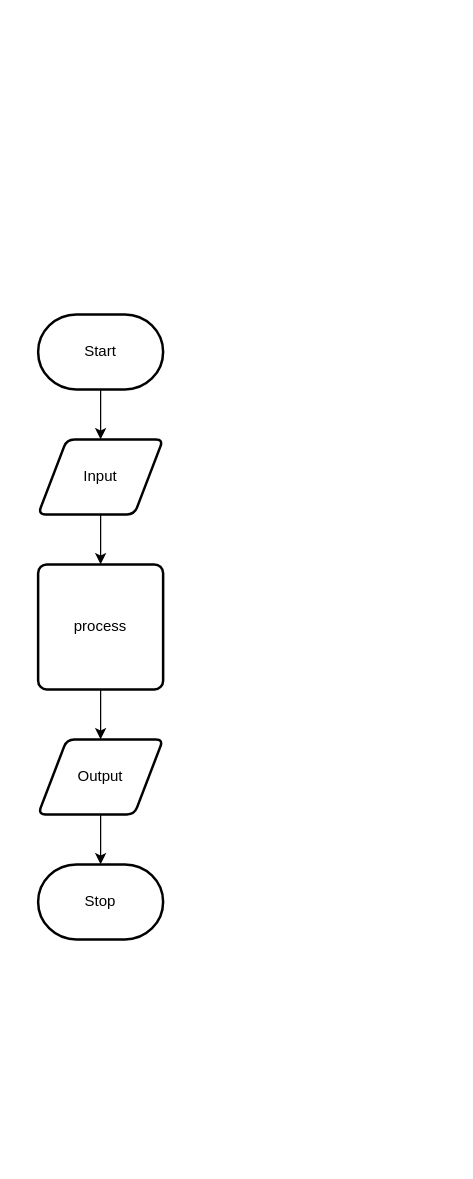
This is design/flow-chart.drawio from ekaterina-chernykh/ICS20-Unit-5-06, a draw.io file, before an edit. Source tidied: cells renumbered, new cells numbered last; positions are measured from the earlier drawing's top-left corner, leaving out a move shared by most shapes. Both pictures are drawn from the tidied source at 125%, with x=0, y=0 at pixel (38, 314).
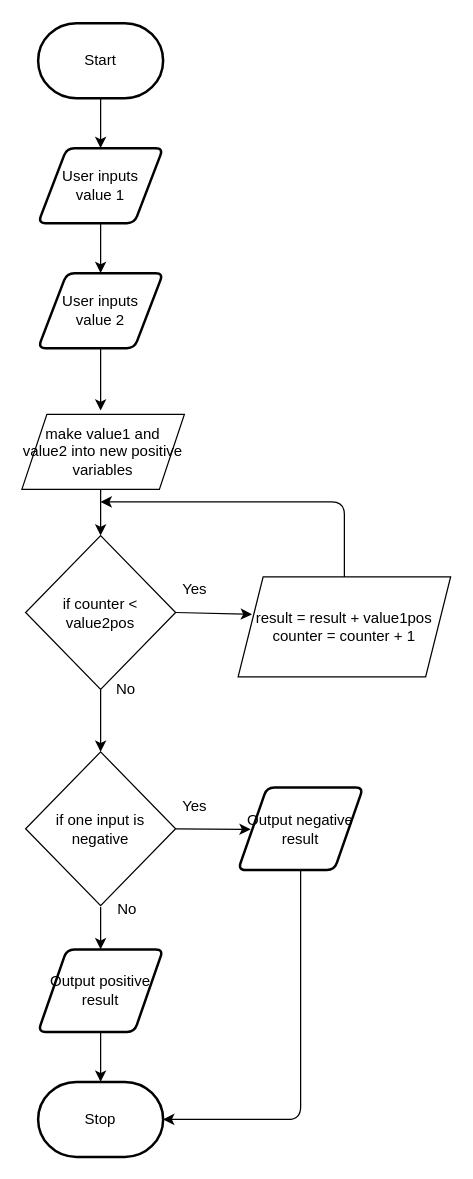
The same diagram, later.

Commit message (it also covers changes not shown here):
flow chart and story board

Diff of the diagram source:
```diff
@@
     <mxCell id="3" value="Start" style="strokeWidth=2;html=1;shape=mxgraph.flowchart.terminator;whiteSpace=wrap;" parent="1" vertex="1">
-      <mxGeometry width="100" height="60" as="geometry" />
+      <mxGeometry y="-233" width="100" height="60" as="geometry" />
     </mxCell>
-    <mxCell id="4" style="edgeStyle=none;html=1;" parent="1" edge="1" source="5" target="7">
-      <mxGeometry relative="1" as="geometry" />
+    <mxCell id="4" style="edgeStyle=none;html=1;" parent="1" edge="1" source="5">
+      <mxGeometry relative="1" as="geometry">
+        <mxPoint x="50" y="-33" as="targetPoint" />
+      </mxGeometry>
     </mxCell>
-    <mxCell id="5" value="Input" style="shape=parallelogram;html=1;strokeWidth=2;perimeter=parallelogramPerimeter;whiteSpace=wrap;rounded=1;arcSize=12;size=0.23;" parent="1" vertex="1">
-      <mxGeometry y="100" width="100" height="60" as="geometry" />
+    <mxCell id="5" value="User inputs &lt;br&gt;value 1" style="shape=parallelogram;html=1;strokeWidth=2;perimeter=parallelogramPerimeter;whiteSpace=wrap;rounded=1;arcSize=12;size=0.23;" parent="1" vertex="1">
+      <mxGeometry y="-133" width="100" height="60" as="geometry" />
     </mxCell>
-    <mxCell id="6" style="edgeStyle=none;html=1;" parent="1" edge="1" source="7" target="9">
-      <mxGeometry relative="1" as="geometry" />
+    <mxCell id="6" style="edgeStyle=none;html=1;" parent="1" edge="1" target="9">
+      <mxGeometry relative="1" as="geometry">
+        <mxPoint x="50" y="474" as="sourcePoint" />
+      </mxGeometry>
     </mxCell>
-    <mxCell id="7" value="process" style="rounded=1;whiteSpace=wrap;html=1;absoluteArcSize=1;arcSize=14;strokeWidth=2;" parent="1" vertex="1">
-      <mxGeometry y="200" width="100" height="100" as="geometry" />
-    </mxCell>
@@
-    <mxCell id="9" value="Output" style="shape=parallelogram;html=1;strokeWidth=2;perimeter=parallelogramPerimeter;whiteSpace=wrap;rounded=1;arcSize=12;size=0.23;" parent="1" vertex="1">
-      <mxGeometry y="340" width="100" height="60" as="geometry" />
+    <mxCell id="9" value="Output positive result" style="shape=parallelogram;html=1;strokeWidth=2;perimeter=parallelogramPerimeter;whiteSpace=wrap;rounded=1;arcSize=12;size=0.23;" parent="1" vertex="1">
+      <mxGeometry y="508" width="100" height="66" as="geometry" />
     </mxCell>
     <mxCell id="10" value="Stop" style="strokeWidth=2;html=1;shape=mxgraph.flowchart.terminator;whiteSpace=wrap;" parent="1" vertex="1">
-      <mxGeometry y="440" width="100" height="60" as="geometry" />
+      <mxGeometry y="614" width="100" height="60" as="geometry" />
     </mxCell>
+    <mxCell id="11" style="edgeStyle=none;html=1;exitX=0.5;exitY=1;exitDx=0;exitDy=0;" parent="1" edge="1" source="12">
+      <mxGeometry relative="1" as="geometry">
+        <mxPoint x="50" y="77" as="targetPoint" />
+      </mxGeometry>
+    </mxCell>
+    <mxCell id="12" value="User inputs &lt;br&gt;value 2" style="shape=parallelogram;html=1;strokeWidth=2;perimeter=parallelogramPerimeter;whiteSpace=wrap;rounded=1;arcSize=12;size=0.23;" parent="1" vertex="1">
+      <mxGeometry y="-33" width="100" height="60" as="geometry" />
+    </mxCell>
+    <mxCell id="13" style="edgeStyle=none;html=1;exitX=0.5;exitY=1;exitDx=0;exitDy=0;entryX=0.5;entryY=0;entryDx=0;entryDy=0;" parent="1" edge="1" target="16">
+      <mxGeometry relative="1" as="geometry">
+        <mxPoint x="50" y="137" as="sourcePoint" />
+      </mxGeometry>
+    </mxCell>
+    <mxCell id="14" style="edgeStyle=none;html=1;exitX=1;exitY=0.5;exitDx=0;exitDy=0;entryX=0.065;entryY=0.375;entryDx=0;entryDy=0;entryPerimeter=0;" parent="1" edge="1" source="16" target="18">
+      <mxGeometry relative="1" as="geometry" />
+    </mxCell>
+    <mxCell id="15" style="edgeStyle=none;html=1;exitX=0.5;exitY=1;exitDx=0;exitDy=0;" parent="1" edge="1" source="16">
+      <mxGeometry relative="1" as="geometry">
+        <mxPoint x="50" y="350" as="targetPoint" />
+      </mxGeometry>
+    </mxCell>
+    <mxCell id="16" value="if counter &amp;lt; &lt;br&gt;value2pos" style="rhombus;whiteSpace=wrap;html=1;" parent="1" vertex="1">
+      <mxGeometry x="-10" y="177" width="120" height="123" as="geometry" />
+    </mxCell>
+    <mxCell id="17" style="edgeStyle=none;html=1;exitX=0.5;exitY=0;exitDx=0;exitDy=0;" parent="1" edge="1" source="18">
+      <mxGeometry relative="1" as="geometry">
+        <mxPoint x="50" y="150" as="targetPoint" />
+        <Array as="points">
+          <mxPoint x="245" y="150" />
+        </Array>
+      </mxGeometry>
+    </mxCell>
+    <mxCell id="18" value="result = result + value1pos &lt;br&gt;counter = counter + 1" style="shape=parallelogram;perimeter=parallelogramPerimeter;whiteSpace=wrap;html=1;fixedSize=1;" parent="1" vertex="1">
+      <mxGeometry x="160" y="210" width="170" height="80" as="geometry" />
+    </mxCell>
+    <mxCell id="19" value="Yes" style="text;html=1;align=center;verticalAlign=middle;strokeColor=none;fillColor=none;" parent="1" vertex="1">
+      <mxGeometry x="105" y="210" width="40" height="20" as="geometry" />
+    </mxCell>
+    <mxCell id="20" style="edgeStyle=none;html=1;exitX=1;exitY=0.5;exitDx=0;exitDy=0;" parent="1" edge="1" source="21">
+      <mxGeometry relative="1" as="geometry">
+        <mxPoint x="170" y="412" as="targetPoint" />
+      </mxGeometry>
+    </mxCell>
+    <mxCell id="21" value="if one input is negative" style="rhombus;whiteSpace=wrap;html=1;" parent="1" vertex="1">
+      <mxGeometry x="-10" y="350" width="120" height="123" as="geometry" />
+    </mxCell>
+    <mxCell id="22" value="No" style="text;html=1;align=center;verticalAlign=middle;strokeColor=none;fillColor=none;" parent="1" vertex="1">
+      <mxGeometry x="55" y="290" width="30" height="20" as="geometry" />
+    </mxCell>
+    <mxCell id="23" value="No" style="text;html=1;align=center;verticalAlign=middle;strokeColor=none;fillColor=none;" parent="1" vertex="1">
+      <mxGeometry x="56" y="466" width="30" height="20" as="geometry" />
+    </mxCell>
+    <mxCell id="24" value="Yes" style="text;html=1;align=center;verticalAlign=middle;strokeColor=none;fillColor=none;" parent="1" vertex="1">
+      <mxGeometry x="105" y="384" width="40" height="20" as="geometry" />
+    </mxCell>
+    <mxCell id="25" style="edgeStyle=none;html=1;exitX=0.5;exitY=1;exitDx=0;exitDy=0;entryX=1;entryY=0.5;entryDx=0;entryDy=0;entryPerimeter=0;" parent="1" edge="1" source="26" target="10">
+      <mxGeometry relative="1" as="geometry">
+        <Array as="points">
+          <mxPoint x="210" y="644" />
+        </Array>
+      </mxGeometry>
+    </mxCell>
+    <mxCell id="26" value="Output negative result" style="shape=parallelogram;html=1;strokeWidth=2;perimeter=parallelogramPerimeter;whiteSpace=wrap;rounded=1;arcSize=12;size=0.23;" parent="1" vertex="1">
+      <mxGeometry x="160" y="378.5" width="100" height="66" as="geometry" />
+    </mxCell>
+    <mxCell id="27" value="&lt;span&gt;make value1 and value2 into new positive variables&lt;/span&gt;" style="shape=parallelogram;perimeter=parallelogramPerimeter;whiteSpace=wrap;html=1;fixedSize=1;" parent="1" vertex="1">
+      <mxGeometry x="-13" y="80" width="130" height="60" as="geometry" />
+    </mxCell>
```
